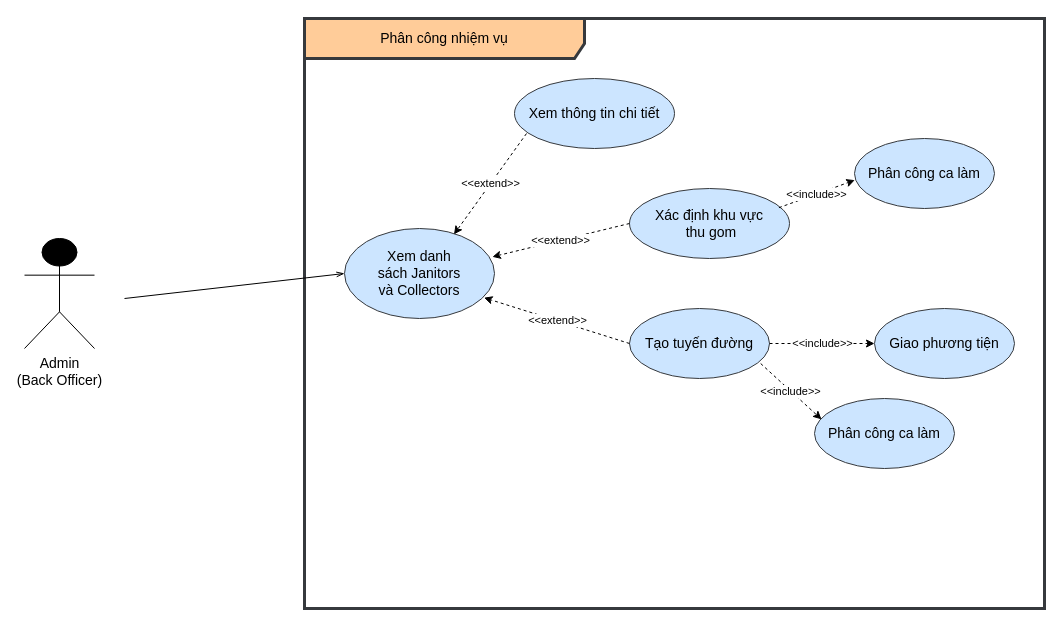
astr0tas/SE-with-Da-Bois---UWC-2.0 keeps this draw.io diagram as Task 1/1.3/Task assignment.drawio. Above is the earlier version. Source tidied: cells renumbered, new cells numbered last; positions are measured from the earlier drawing's top-left corner, leaving out a move shared by most shapes. Both pictures are drawn from the tidied source at 100%, with x=0, y=0 at pixel (24, 18).
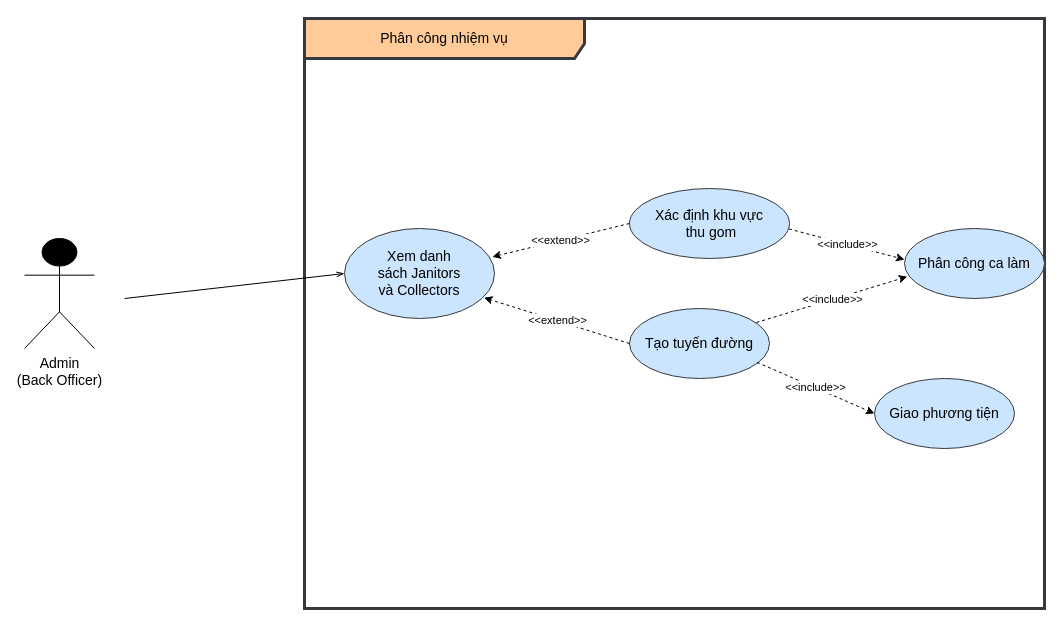
The same page after the edit.

Change to the diagram source:
```diff
@@
 <mxGraphModel>
   <root>
     <mxCell id="0" />
     <mxCell id="1" parent="0" />
     <mxCell id="2" value="&lt;font style=&quot;font-size: 14px;&quot;&gt;Admin &lt;br&gt;(&lt;span style=&quot;font-family: Arial, sans-serif;&quot;&gt;Back Officer&lt;/span&gt;)&lt;/font&gt;" style="shape=umlActor;verticalLabelPosition=bottom;verticalAlign=top;html=1;fillColor=#000000;" parent="1" vertex="1">
       <mxGeometry y="220" width="70" height="110" as="geometry" />
     </mxCell>
     <mxCell id="3" value="Phân công nhiệm vụ" style="shape=umlFrame;whiteSpace=wrap;html=1;fontSize=14;width=280;height=40;fillColor=#ffcc99;strokeColor=#36393d;strokeWidth=3;gradientColor=none;swimlaneFillColor=default;" parent="1" vertex="1">
       <mxGeometry x="280" width="740" height="590" as="geometry" />
     </mxCell>
     <mxCell id="4" value="Tạo tuyến đường" style="ellipse;whiteSpace=wrap;html=1;fontSize=14;fillColor=#cce5ff;strokeColor=#36393d;" parent="1" vertex="1">
       <mxGeometry x="605" y="290" width="140" height="70" as="geometry" />
     </mxCell>
     <mxCell id="5" value="Xem danh sách&amp;nbsp;&lt;a name=&quot;OLE_LINK27&quot;&gt;&lt;span&gt;Janitors&lt;br&gt;và Collectors&lt;/span&gt;&lt;/a&gt;" style="ellipse;whiteSpace=wrap;html=1;fontSize=14;fillColor=#cce5ff;strokeColor=#36393d;" parent="1" vertex="1">
       <mxGeometry x="320" y="210" width="150" height="90" as="geometry" />
     </mxCell>
     <mxCell id="6" style="endArrow=openThin;endFill=0;html=1;rounded=0;fontSize=14;entryX=0;entryY=0.5;entryDx=0;entryDy=0;" parent="1" edge="1" target="5">
       <mxGeometry relative="1" as="geometry">
         <mxPoint x="100" y="280" as="sourcePoint" />
       </mxGeometry>
     </mxCell>
     <mxCell id="7" value="Xác định khu vực&lt;br&gt;&amp;nbsp;thu gom" style="ellipse;whiteSpace=wrap;html=1;fontSize=14;fillColor=#cce5ff;strokeColor=#36393d;" parent="1" vertex="1">
       <mxGeometry x="605" y="170" width="160" height="70" as="geometry" />
     </mxCell>
     <mxCell id="8" value="&amp;lt;&amp;lt;extend&amp;gt;&amp;gt;" style="endArrow=classic;html=1;rounded=0;exitX=0;exitY=0.5;exitDx=0;exitDy=0;dashed=1;entryX=0.986;entryY=0.315;entryDx=0;entryDy=0;entryPerimeter=0;" parent="1" edge="1" source="7" target="5">
       <mxGeometry relative="1" as="geometry" />
     </mxCell>
     <mxCell id="9" value="&amp;lt;&amp;lt;extend&amp;gt;&amp;gt;" style="endArrow=classic;html=1;rounded=0;exitX=0;exitY=0.5;exitDx=0;exitDy=0;dashed=1;entryX=0.93;entryY=0.769;entryDx=0;entryDy=0;entryPerimeter=0;" parent="1" edge="1" source="4" target="5">
       <mxGeometry relative="1" as="geometry" />
     </mxCell>
     <mxCell id="10" value="Giao phương tiện" style="ellipse;whiteSpace=wrap;html=1;fontSize=14;fillColor=#cce5ff;strokeColor=#36393d;" parent="1" vertex="1">
-      <mxGeometry x="850" y="290" width="140" height="70" as="geometry" />
+      <mxGeometry x="850" y="360" width="140" height="70" as="geometry" />
     </mxCell>
-    <mxCell id="11" value="&amp;lt;&amp;lt;include&amp;gt;&amp;gt;" style="endArrow=classic;html=1;rounded=0;entryX=0;entryY=0.5;entryDx=0;entryDy=0;exitX=1;exitY=0.5;exitDx=0;exitDy=0;dashed=1;" parent="1" edge="1" source="4" target="10">
+    <mxCell id="11" value="&amp;lt;&amp;lt;include&amp;gt;&amp;gt;" style="endArrow=classic;html=1;rounded=0;entryX=0;entryY=0.5;entryDx=0;entryDy=0;exitX=0.911;exitY=0.769;exitDx=0;exitDy=0;dashed=1;exitPerimeter=0;" parent="1" edge="1" source="4" target="10">
       <mxGeometry relative="1" as="geometry" />
     </mxCell>
-    <mxCell id="12" value="Xem thông tin chi tiết" style="ellipse;whiteSpace=wrap;html=1;fontSize=14;fillColor=#cce5ff;strokeColor=#36393d;" parent="1" vertex="1">
-      <mxGeometry x="490" y="60" width="160" height="70" as="geometry" />
-    </mxCell>
-    <mxCell id="13" value="&amp;lt;&amp;lt;extend&amp;gt;&amp;gt;" style="endArrow=classic;html=1;rounded=0;exitX=0.075;exitY=0.786;exitDx=0;exitDy=0;dashed=1;entryX=0.73;entryY=0.065;entryDx=0;entryDy=0;entryPerimeter=0;exitPerimeter=0;" parent="1" edge="1" source="12" target="5">
-      <mxGeometry relative="1" as="geometry" />
-    </mxCell>
-    <mxCell id="14" value="Phân công ca làm" style="ellipse;whiteSpace=wrap;html=1;fontSize=14;fillColor=#cce5ff;strokeColor=#36393d;" parent="1" vertex="1">
-      <mxGeometry x="790" y="380" width="140" height="70" as="geometry" />
-    </mxCell>
     <mxCell id="15" value="Phân công ca làm" style="ellipse;whiteSpace=wrap;html=1;fontSize=14;fillColor=#cce5ff;strokeColor=#36393d;" parent="1" vertex="1">
-      <mxGeometry x="830" y="120" width="140" height="70" as="geometry" />
+      <mxGeometry x="880" y="210" width="140" height="70" as="geometry" />
     </mxCell>
-    <mxCell id="16" value="&amp;lt;&amp;lt;include&amp;gt;&amp;gt;" style="endArrow=classic;html=1;rounded=0;entryX=0.002;entryY=0.595;entryDx=0;entryDy=0;exitX=0.934;exitY=0.274;exitDx=0;exitDy=0;dashed=1;entryPerimeter=0;exitPerimeter=0;" parent="1" edge="1" source="7" target="15">
+    <mxCell id="16" value="&amp;lt;&amp;lt;include&amp;gt;&amp;gt;" style="endArrow=classic;html=1;rounded=0;entryX=0;entryY=0.443;entryDx=0;entryDy=0;exitX=0.997;exitY=0.578;exitDx=0;exitDy=0;dashed=1;entryPerimeter=0;exitPerimeter=0;" parent="1" edge="1" source="7" target="15">
       <mxGeometry relative="1" as="geometry" />
     </mxCell>
-    <mxCell id="17" value="&amp;lt;&amp;lt;include&amp;gt;&amp;gt;" style="endArrow=classic;html=1;rounded=0;entryX=0.05;entryY=0.298;entryDx=0;entryDy=0;exitX=0.937;exitY=0.786;exitDx=0;exitDy=0;dashed=1;entryPerimeter=0;exitPerimeter=0;" parent="1" edge="1" source="4" target="14">
+    <mxCell id="17" value="&amp;lt;&amp;lt;include&amp;gt;&amp;gt;" style="endArrow=classic;html=1;rounded=0;entryX=0.02;entryY=0.688;entryDx=0;entryDy=0;exitX=0.907;exitY=0.2;exitDx=0;exitDy=0;dashed=1;entryPerimeter=0;exitPerimeter=0;" parent="1" edge="1" source="4" target="15">
       <mxGeometry relative="1" as="geometry" />
     </mxCell>
   </root>
 </mxGraphModel>
```
